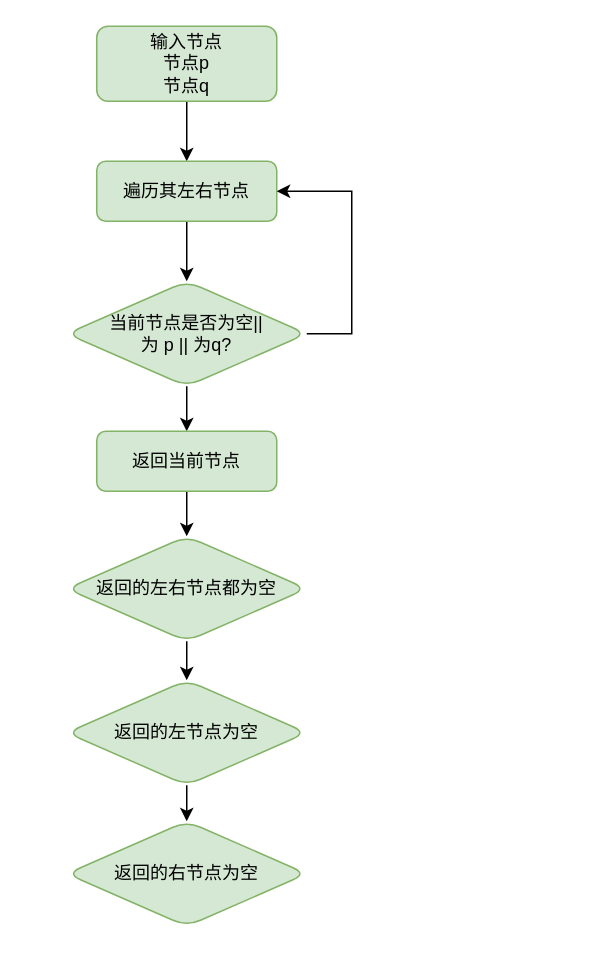
This is page "二叉树的最近公共祖先" (3 of 3) of 2022055.drawio from HonyoLAN/telmy, a draw.io file, before an edit. Source tidied: cells renumbered, new cells numbered last; positions are measured from the earlier drawing's top-left corner, leaving out a move shared by most shapes. Both pictures are drawn from the tidied source at 150%, with x=0, y=0 at pixel (66, 26).
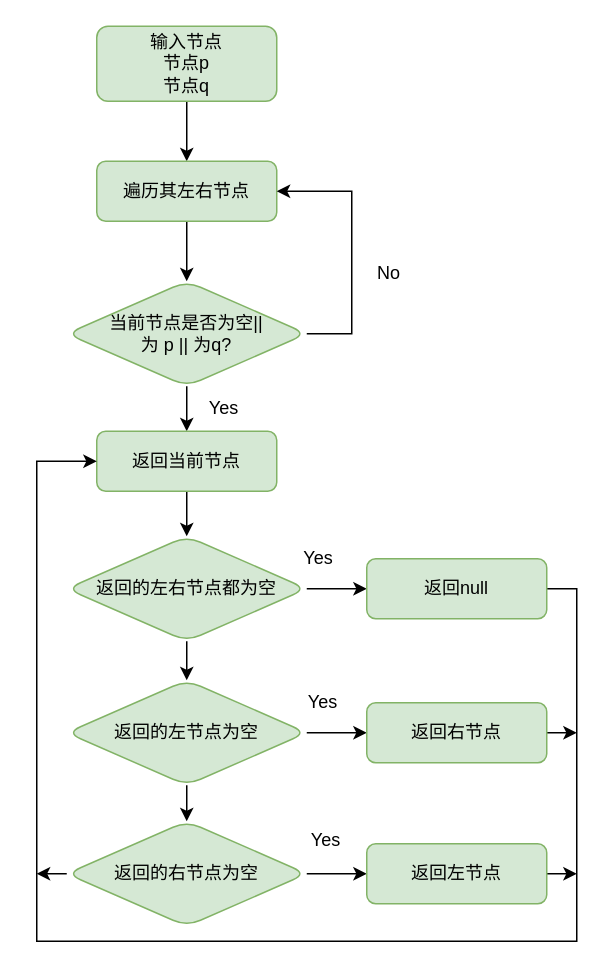
Above is the later version.

Unchanged cells that the change refers to:
```xml
<mxCell id="10" value="返回当前节点" style="rounded=1;whiteSpace=wrap;html=1;fillColor=#d5e8d4;strokeColor=#82b366;" parent="1" vertex="1">
  <mxGeometry x="20" y="270" width="120" height="40" as="geometry" />
</mxCell>
<mxCell id="12" value="返回的左右节点都为空" style="rhombus;whiteSpace=wrap;html=1;fillColor=#d5e8d4;strokeColor=#82b366;rounded=1;" parent="1" vertex="1">
  <mxGeometry y="340" width="160" height="70" as="geometry" />
</mxCell>
<mxCell id="14" value="返回的左节点为空" style="rhombus;whiteSpace=wrap;html=1;fillColor=#d5e8d4;strokeColor=#82b366;rounded=1;" parent="1" vertex="1">
  <mxGeometry y="436" width="160" height="70" as="geometry" />
</mxCell>
<mxCell id="15" value="返回的右节点为空" style="rhombus;whiteSpace=wrap;html=1;fillColor=#d5e8d4;strokeColor=#82b366;rounded=1;" parent="1" vertex="1">
  <mxGeometry y="530" width="160" height="70" as="geometry" />
</mxCell>
```

The edit, as a diff of the source:
```diff
@@
+    <mxCell id="16" style="edgeStyle=orthogonalEdgeStyle;rounded=0;jettySize=auto;html=1;" parent="1" edge="1" source="12" target="21">
+      <mxGeometry relative="1" as="geometry" />
+    </mxCell>
@@
+    <mxCell id="17" style="edgeStyle=orthogonalEdgeStyle;rounded=0;jettySize=auto;html=1;" parent="1" edge="1" source="14" target="23">
+      <mxGeometry relative="1" as="geometry" />
+    </mxCell>
@@
+    <mxCell id="18" style="edgeStyle=orthogonalEdgeStyle;rounded=0;jettySize=auto;html=1;" parent="1" edge="1" source="15" target="25">
+      <mxGeometry relative="1" as="geometry" />
+    </mxCell>
+    <mxCell id="19" style="edgeStyle=orthogonalEdgeStyle;rounded=0;jettySize=auto;html=1;exitX=0;exitY=0.5;exitDx=0;exitDy=0;" parent="1" edge="1" source="15">
+      <mxGeometry relative="1" as="geometry">
+        <mxPoint x="-20" y="565.2" as="targetPoint" />
+      </mxGeometry>
+    </mxCell>
@@
+    <mxCell id="20" style="edgeStyle=orthogonalEdgeStyle;rounded=0;jettySize=auto;html=1;exitX=1;exitY=0.5;exitDx=0;exitDy=0;entryX=0;entryY=0.5;entryDx=0;entryDy=0;" parent="1" edge="1" source="21" target="10">
+      <mxGeometry relative="1" as="geometry">
+        <Array as="points">
+          <mxPoint x="340" y="375" />
+          <mxPoint x="340" y="610" />
+          <mxPoint x="-20" y="610" />
+          <mxPoint x="-20" y="290" />
+        </Array>
+      </mxGeometry>
+    </mxCell>
+    <mxCell id="21" value="返回null" style="rounded=1;whiteSpace=wrap;html=1;fillColor=#d5e8d4;strokeColor=#82b366;" parent="1" vertex="1">
+      <mxGeometry x="200" y="355" width="120" height="40" as="geometry" />
+    </mxCell>
+    <mxCell id="22" style="edgeStyle=orthogonalEdgeStyle;rounded=0;jettySize=auto;html=1;exitX=1;exitY=0.5;exitDx=0;exitDy=0;" parent="1" edge="1" source="23">
+      <mxGeometry relative="1" as="geometry">
+        <mxPoint x="340" y="471.3" as="targetPoint" />
+      </mxGeometry>
+    </mxCell>
+    <mxCell id="23" value="返回右节点" style="rounded=1;whiteSpace=wrap;html=1;fillColor=#d5e8d4;strokeColor=#82b366;" parent="1" vertex="1">
+      <mxGeometry x="200" y="451" width="120" height="40" as="geometry" />
+    </mxCell>
+    <mxCell id="24" style="edgeStyle=orthogonalEdgeStyle;rounded=0;jettySize=auto;html=1;exitX=1;exitY=0.5;exitDx=0;exitDy=0;" parent="1" edge="1" source="25">
+      <mxGeometry relative="1" as="geometry">
+        <mxPoint x="340" y="565" as="targetPoint" />
+      </mxGeometry>
+    </mxCell>
+    <mxCell id="25" value="返回左节点" style="rounded=1;whiteSpace=wrap;html=1;fillColor=#d5e8d4;strokeColor=#82b366;" parent="1" vertex="1">
+      <mxGeometry x="200" y="545" width="120" height="40" as="geometry" />
+    </mxCell>
+    <mxCell id="26" value="No" style="text;html=1;strokeColor=none;fillColor=none;align=center;verticalAlign=middle;whiteSpace=wrap;rounded=0;" parent="1" vertex="1">
+      <mxGeometry x="200" y="150" width="30" height="30" as="geometry" />
+    </mxCell>
+    <mxCell id="27" value="Yes" style="text;html=1;strokeColor=none;fillColor=none;align=center;verticalAlign=middle;whiteSpace=wrap;rounded=0;" parent="1" vertex="1">
+      <mxGeometry x="90" y="240" width="30" height="30" as="geometry" />
+    </mxCell>
+    <mxCell id="28" value="Yes" style="text;html=1;strokeColor=none;fillColor=none;align=center;verticalAlign=middle;whiteSpace=wrap;rounded=0;" parent="1" vertex="1">
+      <mxGeometry x="153" y="340" width="30" height="30" as="geometry" />
+    </mxCell>
+    <mxCell id="29" value="Yes" style="text;html=1;strokeColor=none;fillColor=none;align=center;verticalAlign=middle;whiteSpace=wrap;rounded=0;" parent="1" vertex="1">
+      <mxGeometry x="156" y="436" width="30" height="30" as="geometry" />
+    </mxCell>
+    <mxCell id="30" value="Yes" style="text;html=1;strokeColor=none;fillColor=none;align=center;verticalAlign=middle;whiteSpace=wrap;rounded=0;" parent="1" vertex="1">
+      <mxGeometry x="158" y="528" width="30" height="30" as="geometry" />
+    </mxCell>
```
